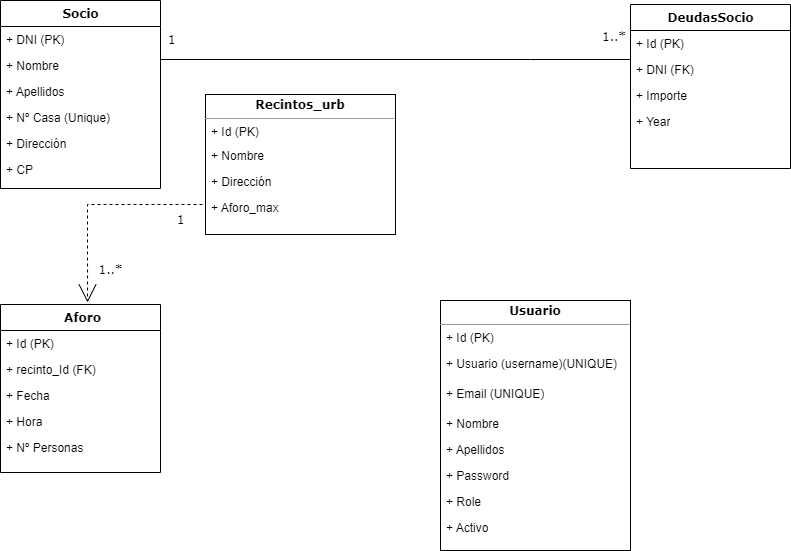
Above: docs/esquemaBD.png in aguererom/cotomar (draw.io), before the change. Source tidied: cells renumbered, new cells last; positions are measured from the earlier drawing's top-left corner, leaving out a move shared by most shapes.
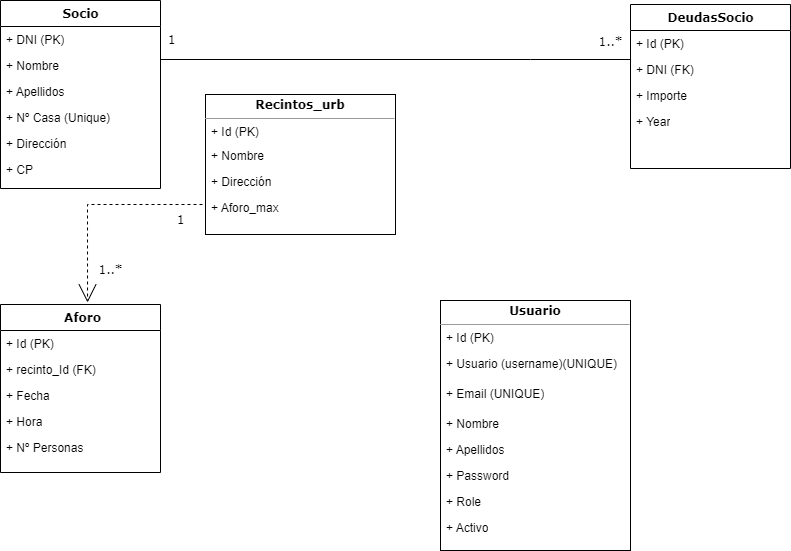
After the change.

Change to the diagram source:
```diff
@@ -129,8 +129,10 @@
     <mxCell id="38" value="+ Activo" style="text;html=1;strokeColor=none;fillColor=none;align=left;verticalAlign=top;spacingLeft=4;spacingRight=4;whiteSpace=wrap;overflow=hidden;" parent="1" vertex="1">
       <mxGeometry x="440" y="514" width="160" height="26" as="geometry" />
     </mxCell>
-    <mxCell id="39" value="&lt;span style=&quot;color: rgb(0, 0, 0); font-family: Verdana; font-size: 12px; font-style: normal; font-variant-ligatures: normal; font-variant-caps: normal; font-weight: 400; letter-spacing: normal; orphans: 2; text-align: center; text-indent: 0px; text-transform: none; widows: 2; word-spacing: 0px; -webkit-text-stroke-width: 0px; background-color: rgb(255, 255, 255); text-decoration-thickness: initial; text-decoration-style: initial; text-decoration-color: initial; float: none; display: inline !important;&quot;&gt;1..*&lt;/span&gt;" style="text;whiteSpace=wrap;html=1;" parent="1" vertex="1">
-      <mxGeometry x="600" y="23" width="30" height="30" as="geometry" />
+    <mxCell id="39" value="&lt;span style=&quot;&quot;&gt;1..*&lt;/span&gt;" style="text;html=1;align=center;verticalAlign=middle;labelBackgroundColor=#ffffff;fontSize=12;fontFamily=Verdana;" parent="1" vertex="1">
+      <mxGeometry x="605" y="-140" as="geometry">
+        <mxPoint x="4" y="181" as="offset" />
+      </mxGeometry>
     </mxCell>
   </root>
 </mxGraphModel>
```
